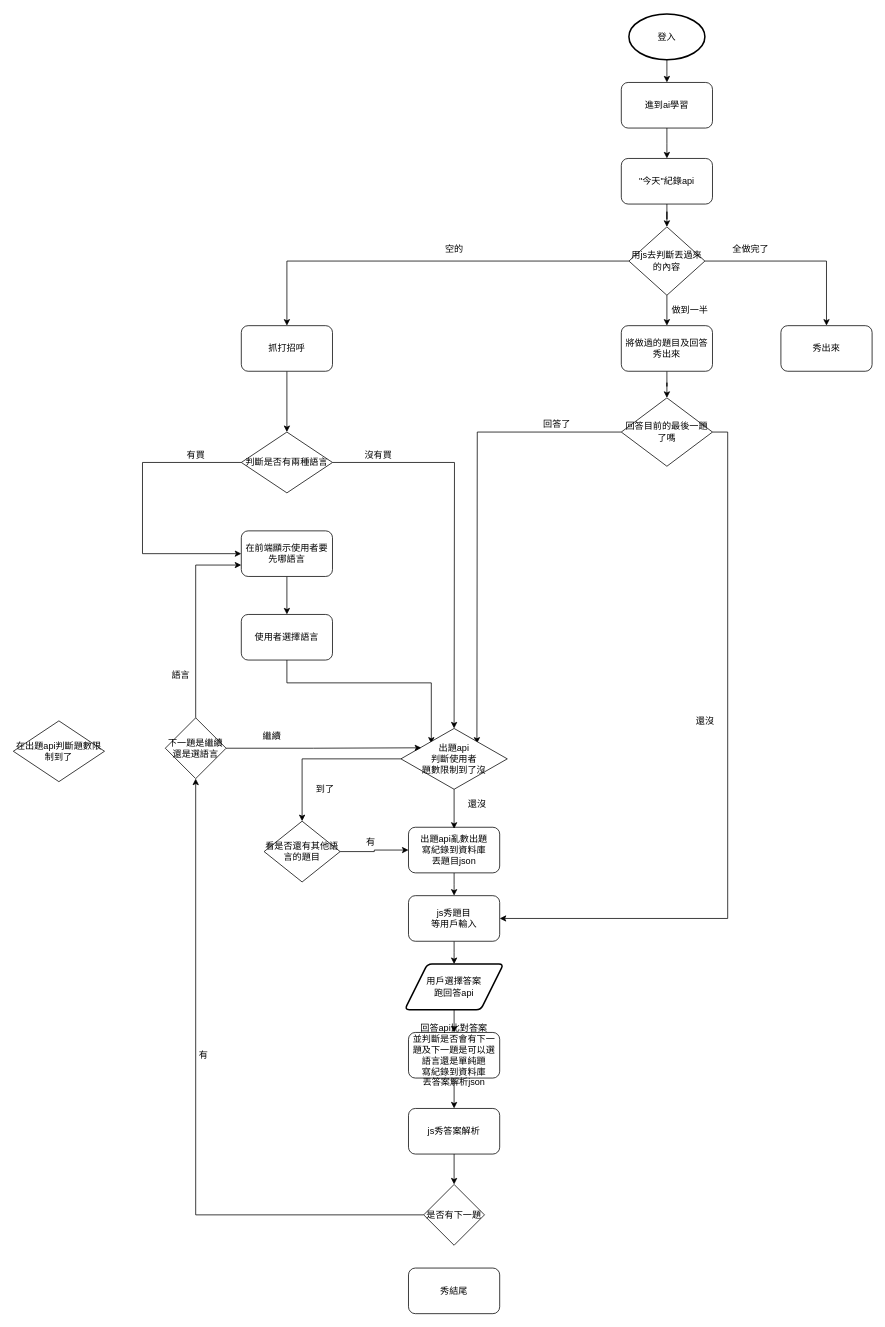
Before: 未命名圖表.drawio in kartg0203/work_flow, a draw.io diagram. Source tidied: cells renumbered, new cells numbered last; positions are measured from the earlier drawing's top-left corner, leaving out a move shared by most shapes. Both pictures are drawn from the tidied source at 76%, with x=0, y=0 at pixel (13, 14).
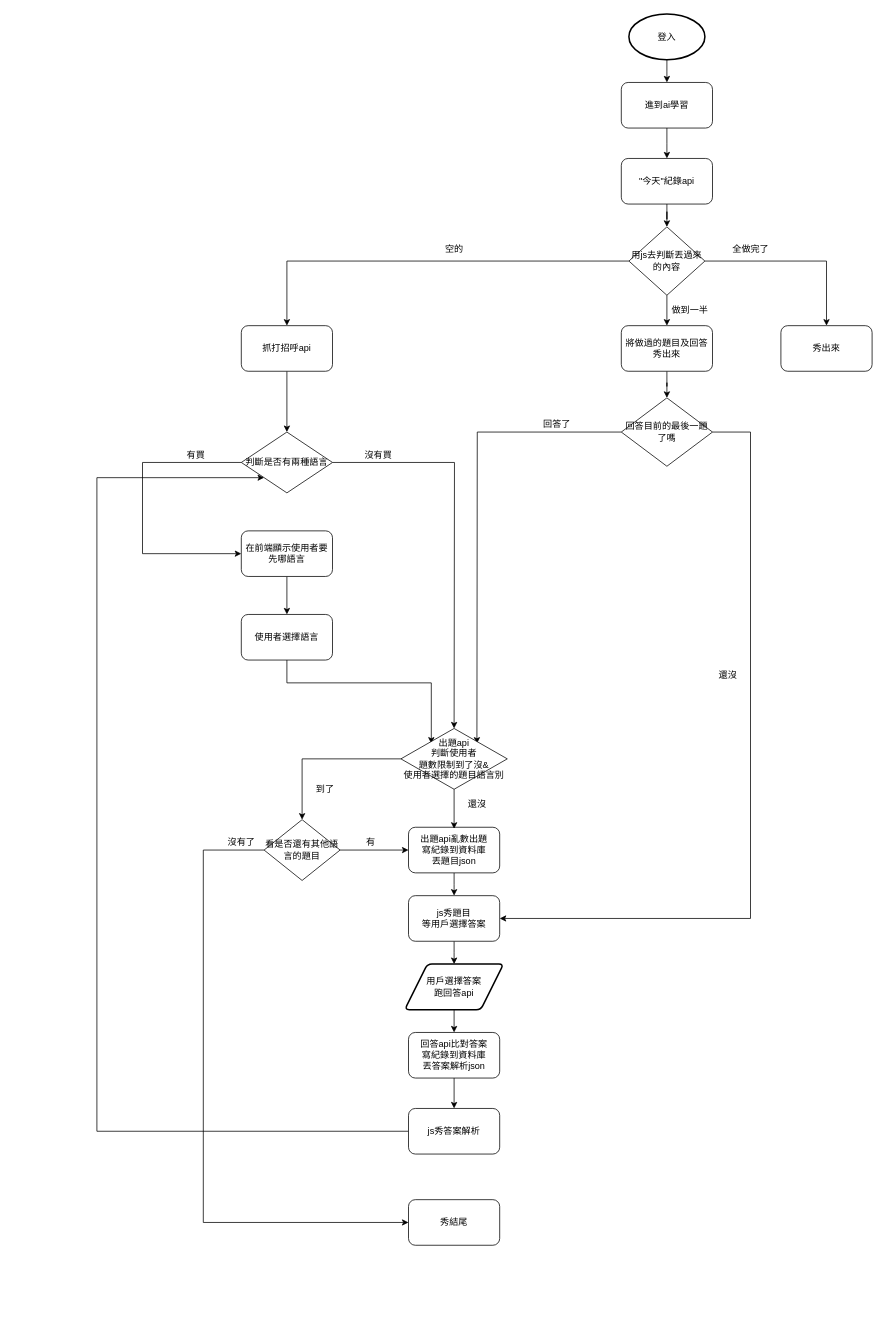
The same page after the edit.

Unchanged cells that the change refers to:
```xml
<mxCell id="15" value="js秀答案解析" style="rounded=1;whiteSpace=wrap;html=1;" parent="1" vertex="1">
  <mxGeometry x="520" y="1440" width="120" height="60" as="geometry" />
</mxCell>
<mxCell id="29" value="回答目前的最後一題了嗎" style="rhombus;whiteSpace=wrap;html=1;" parent="1" vertex="1">
  <mxGeometry x="800" y="505" width="120" height="90" as="geometry" />
</mxCell>
<mxCell id="38" value="判斷是否有兩種語言" style="rhombus;whiteSpace=wrap;html=1;" parent="1" vertex="1">
  <mxGeometry x="300" y="550" width="120" height="80" as="geometry" />
</mxCell>
<mxCell id="41" value="在前端顯示使用者要先哪語言" style="rounded=1;whiteSpace=wrap;html=1;" parent="1" vertex="1">
  <mxGeometry x="300" y="680" width="120" height="60" as="geometry" />
</mxCell>
```

Diff of the diagram source:
```diff
@@
-    <mxCell id="6" value="js秀題目&lt;br&gt;等用戶輸入" style="rounded=1;whiteSpace=wrap;html=1;" parent="1" vertex="1">
+    <mxCell id="6" value="js秀題目&lt;br&gt;等用戶選擇答案" style="rounded=1;whiteSpace=wrap;html=1;" parent="1" vertex="1">
       <mxGeometry x="520" y="1160" width="120" height="60" as="geometry" />
     </mxCell>
@@
-    <mxCell id="13" value="回答api比對答案&lt;br&gt;並判斷是否會有下一題及下一題是可以選語言還是單純題&lt;br&gt;寫紀錄到資料庫&lt;br&gt;丟答案解析json" style="rounded=1;whiteSpace=wrap;html=1;" parent="1" vertex="1">
+    <mxCell id="13" value="回答api比對答案&lt;br&gt;寫紀錄到資料庫&lt;br&gt;丟答案解析json" style="rounded=1;whiteSpace=wrap;html=1;" parent="1" vertex="1">
       <mxGeometry x="520" y="1340" width="120" height="60" as="geometry" />
     </mxCell>
-    <mxCell id="14" style="edgeStyle=orthogonalEdgeStyle;rounded=0;jettySize=auto;html=1;entryX=0.5;entryY=0;entryDx=0;entryDy=0;" parent="1" edge="1" source="15" target="54">
-      <mxGeometry relative="1" as="geometry" />
-    </mxCell>
+    <mxCell id="62" style="edgeStyle=orthogonalEdgeStyle;rounded=0;jettySize=auto;html=1;exitX=0;exitY=0.5;exitDx=0;exitDy=0;entryX=0;entryY=1;entryDx=0;entryDy=0;" parent="1" edge="1" source="15" target="38">
+      <mxGeometry relative="1" as="geometry">
+        <Array as="points">
+          <mxPoint x="110" y="1470" />
+          <mxPoint x="110" y="610" />
+        </Array>
+      </mxGeometry>
+    </mxCell>
@@
     <mxCell id="16" value="秀結尾" style="rounded=1;whiteSpace=wrap;html=1;" parent="1" vertex="1">
-      <mxGeometry x="520" y="1650" width="120" height="60" as="geometry" />
+      <mxGeometry x="520" y="1560" width="120" height="60" as="geometry" />
     </mxCell>
@@
     <mxCell id="18" value="還沒" style="text;html=1;align=center;verticalAlign=middle;strokeColor=none;" parent="1" vertex="1">
-      <mxGeometry x="890" y="920" width="40" height="20" as="geometry" />
+      <mxGeometry x="920" y="860" width="40" height="20" as="geometry" />
     </mxCell>
@@
     <mxCell id="27" style="edgeStyle=orthogonalEdgeStyle;rounded=0;jettySize=auto;html=1;exitX=1;exitY=0.5;exitDx=0;exitDy=0;entryX=1;entryY=0.5;entryDx=0;entryDy=0;" parent="1" edge="1" source="29" target="6">
-      <mxGeometry relative="1" as="geometry" />
+      <mxGeometry relative="1" as="geometry">
+        <Array as="points">
+          <mxPoint x="970" y="550" />
+          <mxPoint x="970" y="1190" />
+        </Array>
+      </mxGeometry>
     </mxCell>
@@
-    <mxCell id="35" value="抓打招呼" style="rounded=1;whiteSpace=wrap;html=1;" parent="1" vertex="1">
+    <mxCell id="35" value="抓打招呼api" style="rounded=1;whiteSpace=wrap;html=1;" parent="1" vertex="1">
       <mxGeometry x="300" y="410" width="120" height="60" as="geometry" />
     </mxCell>
@@
-    <mxCell id="47" value="出題api&lt;br&gt;判斷使用者&lt;br&gt;題數限制到了沒" style="rhombus;whiteSpace=wrap;html=1;" parent="1" vertex="1">
+    <mxCell id="47" value="出題api&lt;br&gt;判斷使用者&lt;br&gt;題數限制到了沒&amp;amp;&lt;br&gt;使用者選擇的題目語言別" style="rhombus;whiteSpace=wrap;html=1;" parent="1" vertex="1">
       <mxGeometry x="510" y="940" width="140" height="80" as="geometry" />
     </mxCell>
@@
+    <mxCell id="63" style="edgeStyle=orthogonalEdgeStyle;rounded=0;jettySize=auto;html=1;entryX=0;entryY=0.5;entryDx=0;entryDy=0;" parent="1" edge="1" source="50" target="16">
+      <mxGeometry relative="1" as="geometry">
+        <Array as="points">
+          <mxPoint x="250" y="1100" />
+          <mxPoint x="250" y="1590" />
+        </Array>
+      </mxGeometry>
+    </mxCell>
     <mxCell id="50" value="看是否還有其他語言的題目" style="rhombus;whiteSpace=wrap;html=1;" parent="1" vertex="1">
-      <mxGeometry x="330" y="1062" width="100" height="80" as="geometry" />
+      <mxGeometry x="330" y="1060" width="100" height="80" as="geometry" />
     </mxCell>
@@
-    <mxCell id="52" value="在出題api判斷題數限制到了" style="rhombus;whiteSpace=wrap;html=1;" parent="1" vertex="1">
-      <mxGeometry y="930" width="120" height="80" as="geometry" />
-    </mxCell>
-    <mxCell id="53" style="edgeStyle=orthogonalEdgeStyle;rounded=0;jettySize=auto;html=1;" parent="1" edge="1" source="54" target="57">
-      <mxGeometry relative="1" as="geometry" />
-    </mxCell>
-    <mxCell id="54" value="是否有下一題" style="rhombus;whiteSpace=wrap;html=1;" parent="1" vertex="1">
-      <mxGeometry x="540" y="1540" width="80" height="80" as="geometry" />
-    </mxCell>
-    <mxCell id="55" style="edgeStyle=orthogonalEdgeStyle;rounded=0;jettySize=auto;html=1;entryX=0;entryY=0.75;entryDx=0;entryDy=0;" parent="1" edge="1" source="57" target="41">
-      <mxGeometry relative="1" as="geometry">
-        <Array as="points">
-          <mxPoint x="240" y="725" />
-        </Array>
-      </mxGeometry>
-    </mxCell>
-    <mxCell id="56" style="edgeStyle=orthogonalEdgeStyle;rounded=0;jettySize=auto;html=1;entryX=0.191;entryY=0.318;entryDx=0;entryDy=0;entryPerimeter=0;" parent="1" edge="1" source="57" target="47">
-      <mxGeometry relative="1" as="geometry" />
-    </mxCell>
-    <mxCell id="57" value="下一題是繼續還是選語言" style="rhombus;whiteSpace=wrap;html=1;" parent="1" vertex="1">
-      <mxGeometry x="200" y="926" width="80" height="80" as="geometry" />
-    </mxCell>
-    <mxCell id="58" value="有" style="text;html=1;align=center;verticalAlign=middle;strokeColor=none;fillColor=none;" parent="1" vertex="1">
-      <mxGeometry x="235" y="1360" width="30" height="20" as="geometry" />
-    </mxCell>
-    <mxCell id="59" value="繼續" style="text;html=1;align=center;verticalAlign=middle;strokeColor=none;fillColor=none;" parent="1" vertex="1">
-      <mxGeometry x="320" y="940" width="40" height="20" as="geometry" />
-    </mxCell>
-    <mxCell id="60" value="語言" style="text;html=1;align=center;verticalAlign=middle;strokeColor=none;fillColor=none;" parent="1" vertex="1">
-      <mxGeometry x="200" y="860" width="40" height="20" as="geometry" />
-    </mxCell>
@@
+    <mxCell id="64" value="沒有了" style="text;html=1;align=center;verticalAlign=middle;strokeColor=none;fillColor=none;" parent="1" vertex="1">
+      <mxGeometry x="275" y="1080" width="50" height="20" as="geometry" />
+    </mxCell>
```
